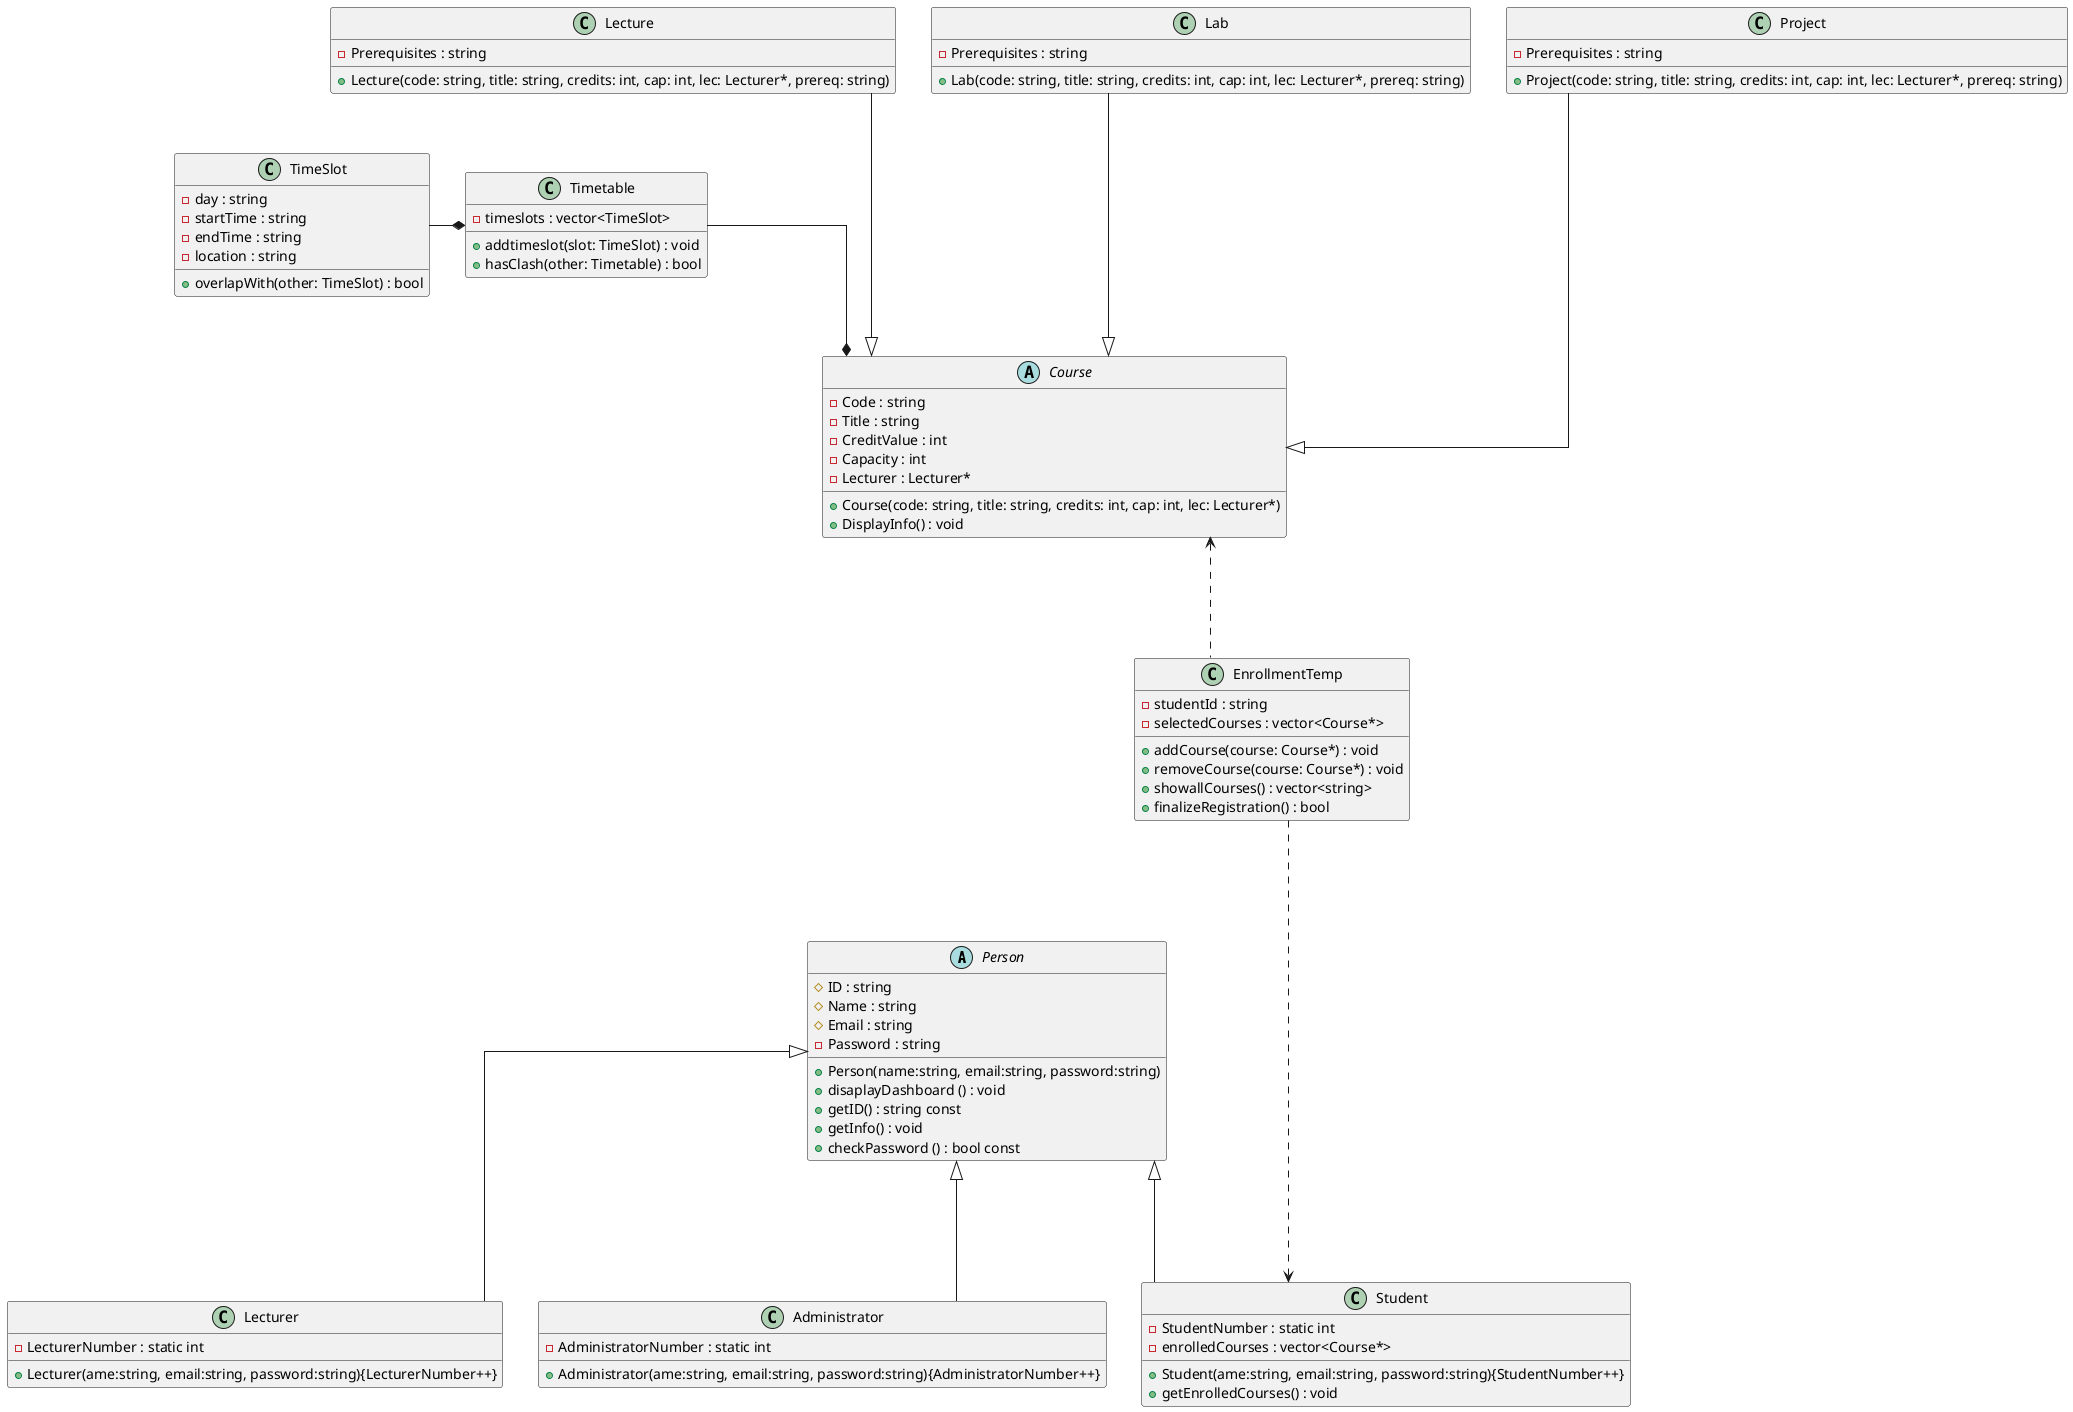
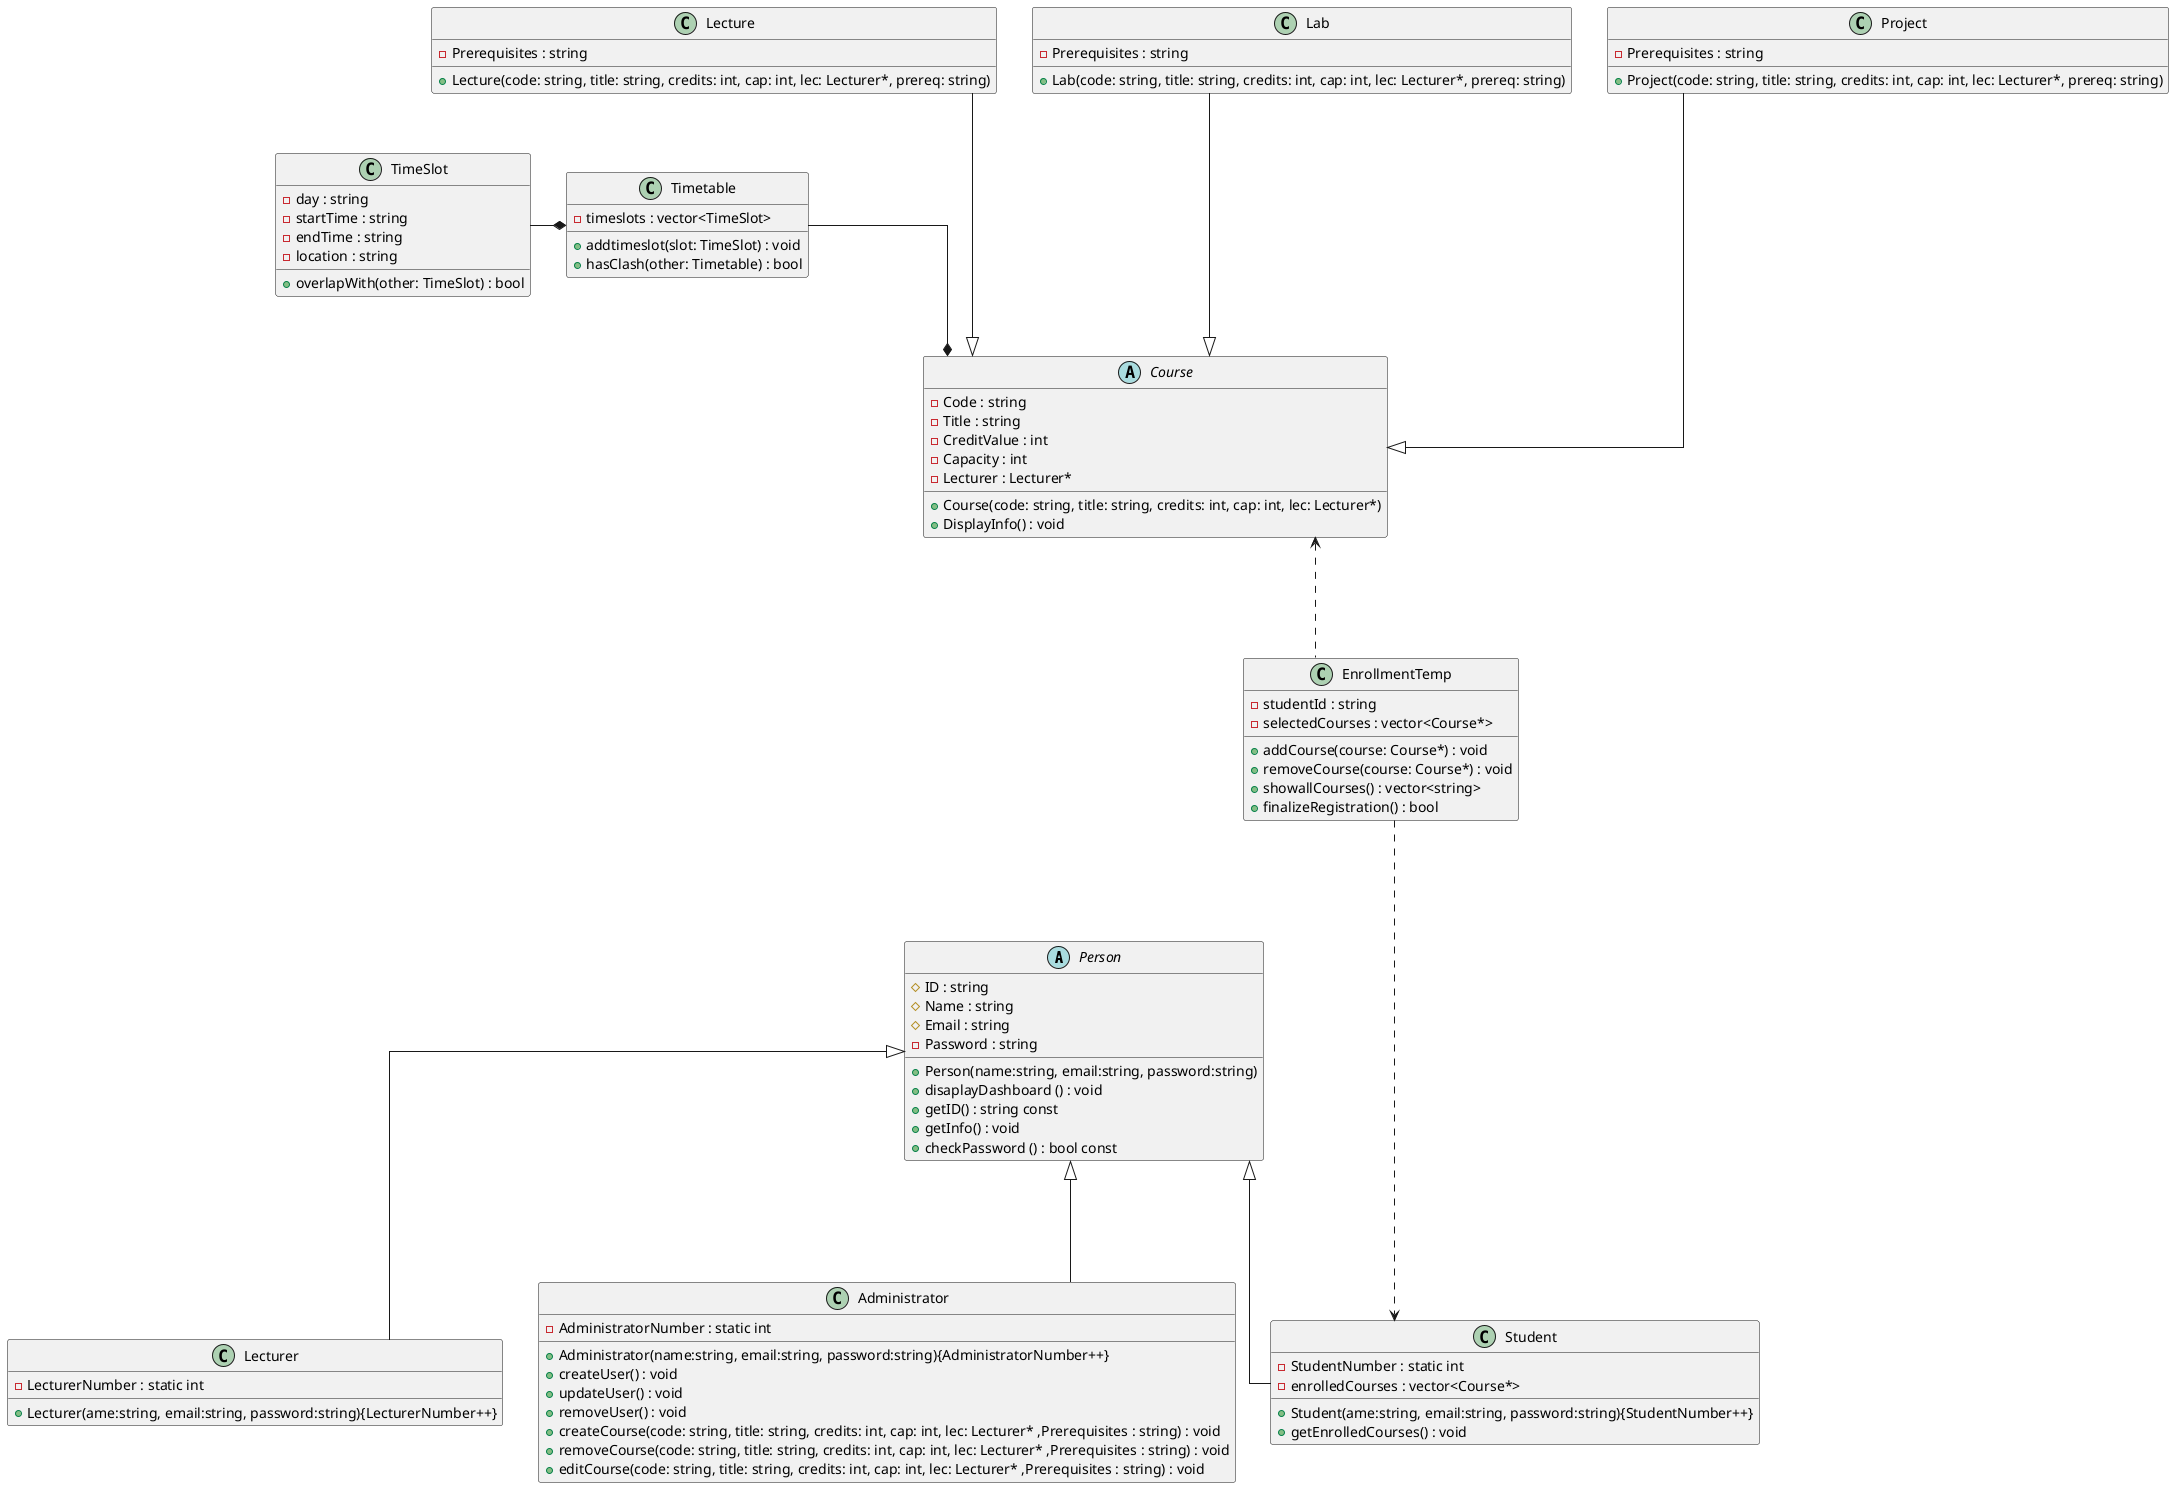
@startuml

skinparam Linetype ortho

abstract class Person {
    #ID : string
    #Name : string
    #Email : string
    -Password : string
    +Person(name:string, email:string, password:string)
    +disaplayDashboard () : void
    +getID() : string const
    +getInfo() : void
    +checkPassword () : bool const
}

class Student {
    -StudentNumber : static int
    -enrolledCourses : vector<Course*>
    +Student(ame:string, email:string, password:string){StudentNumber++}
    +getEnrolledCourses() : void
}

class Lecturer {
    -LecturerNumber : static int
    +Lecturer(ame:string, email:string, password:string){LecturerNumber++}
}

class Administrator {
    -AdministratorNumber : static int
-     +Administrator(ame:string, email:string, password:string){AdministratorNumber++}
+     +Administrator(name:string, email:string, password:string){AdministratorNumber++}
+     +createUser() : void
+     +updateUser() : void
+     +removeUser() : void
+     +createCourse(code: string, title: string, credits: int, cap: int, lec: Lecturer* ,Prerequisites : string) : void
+     +removeCourse(code: string, title: string, credits: int, cap: int, lec: Lecturer* ,Prerequisites : string) : void
+     +editCourse(code: string, title: string, credits: int, cap: int, lec: Lecturer* ,Prerequisites : string) : void
}

Student --up-|> Person
Lecturer -up--|> Person
Administrator --up-|> Person

Person -up[hidden]---- Course

abstract class Course {
    -Code : string
    -Title : string
    -CreditValue : int
    -Capacity : int
    -Lecturer : Lecturer*
    +Course(code: string, title: string, credits: int, cap: int, lec: Lecturer*)
    +DisplayInfo() : void
}

class Lecture {
    -Prerequisites : string
    +Lecture(code: string, title: string, credits: int, cap: int, lec: Lecturer*, prereq: string)
}

class Lab {
    -Prerequisites : string
    +Lab(code: string, title: string, credits: int, cap: int, lec: Lecturer*, prereq: string)
}

class Project {
    -Prerequisites : string
    +Project(code: string, title: string, credits: int, cap: int, lec: Lecturer*, prereq: string)
}

Lecture --down-|> Course
Lab -down--|> Course
Project --down-|> Course

class Timetable {
    -timeslots : vector<TimeSlot>
    +addtimeslot(slot: TimeSlot) : void
    +hasClash(other: Timetable) : bool
}

class TimeSlot {
    -day : string
    -startTime : string
    -endTime : string
    -location : string
    +overlapWith(other: TimeSlot) : bool
}

class EnrollmentTemp {
    - studentId : string
    - selectedCourses : vector<Course*>
    + addCourse(course: Course*) : void
    + removeCourse(course: Course*) : void
    + showallCourses() : vector<string>
    + finalizeRegistration() : bool
}

Timetable --* Course
TimeSlot -right-* Timetable
EnrollmentTemp .down.> Student
EnrollmentTemp .up.> Course

@enduml